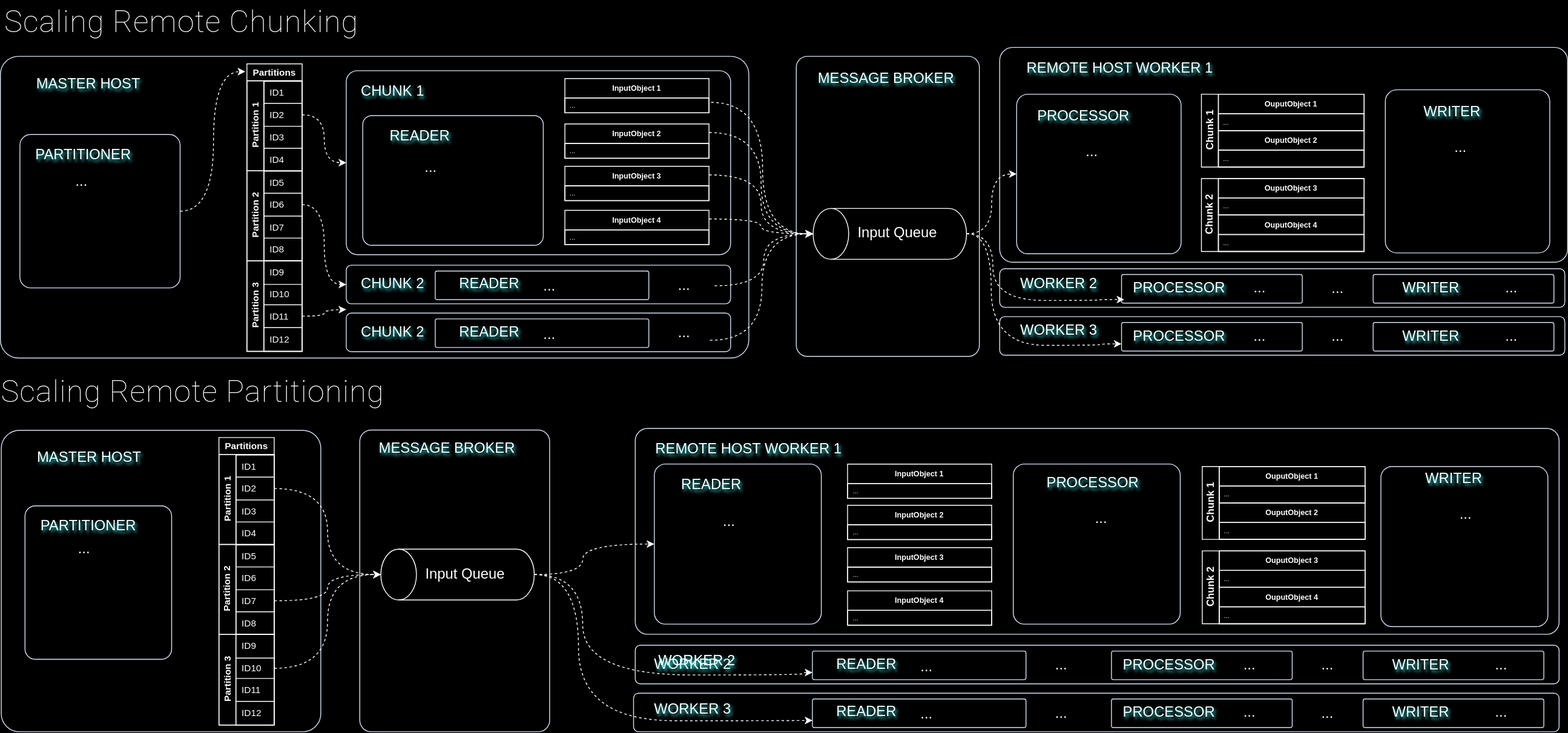
The draw.io diagram public/images/spring-batch-scaling.drawio.svg in gsaukov/spring-batch-demo, before a commit. Source tidied: cells renumbered, new cells last; positions are measured from the earlier drawing's top-left corner, leaving out a move shared by most shapes.
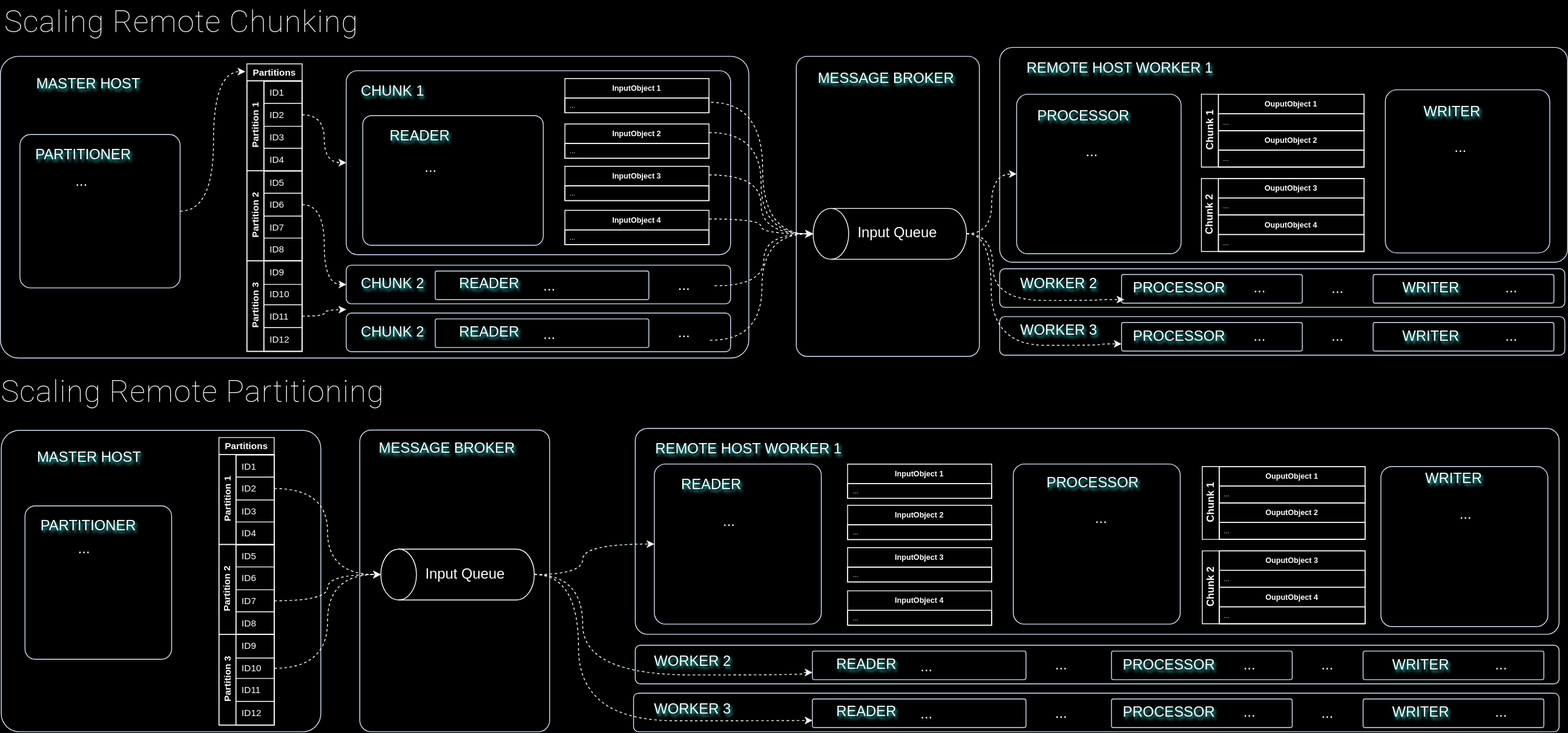
After the commit.

Diff of the diagram source:
```diff
@@ -628,7 +628,7 @@
       <mxGeometry x="1310.9" y="767.8" width="213.2" height="33.8" as="geometry" />
     </mxCell>
     <mxCell id="204" value="WORKER 2" style="text;html=1;strokeColor=none;fillColor=none;align=center;verticalAlign=middle;whiteSpace=wrap;rounded=0;shadow=1;sketch=0;shadowColor=#33FFFF;textShadow=1;fontColor=#FFFFFF;shadowOpacity=80;fontSize=17;" parent="1" vertex="1">
-      <mxGeometry x="749.1" y="761" width="135.8" height="45.5" as="geometry" />
+      <mxGeometry x="749.1" y="761" width="135.8" height="41" as="geometry" />
     </mxCell>
     <mxCell id="205" value="..." style="text;html=1;strokeColor=none;fillColor=none;align=center;verticalAlign=middle;whiteSpace=wrap;rounded=0;shadow=0;sketch=0;shadowColor=#33FFFF;textShadow=0;fontColor=#FFFFFF;shadowOpacity=80;fontSize=17;" parent="1" vertex="1">
       <mxGeometry x="1424.9" y="769" width="98" height="31.5" as="geometry" />
@@ -722,8 +722,5 @@
         </Array>
       </mxGeometry>
     </mxCell>
-    <mxCell id="226" value="WORKER 2" style="text;html=1;strokeColor=none;fillColor=none;align=center;verticalAlign=middle;whiteSpace=wrap;rounded=0;shadow=1;sketch=0;shadowColor=#33FFFF;textShadow=1;fontColor=#FFFFFF;shadowOpacity=80;fontSize=17;" parent="1" vertex="1">
-      <mxGeometry x="754" y="761" width="135.8" height="38" as="geometry" />
-    </mxCell>
   </root>
 </mxGraphModel>
```
